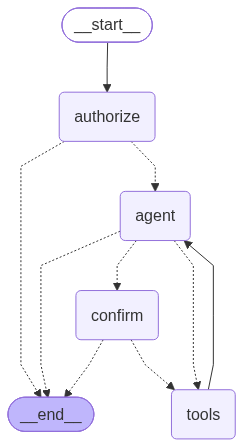
Earlier version of the Mermaid export src/src/agent_graph.png (itvvisionary/Hackathon-AWS). Its source is kept beside it as src/src/agent_graph.mmd.
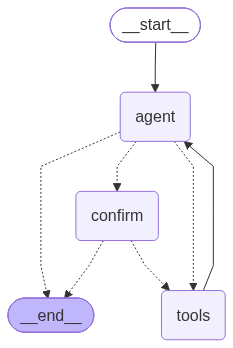
Later version of the same file.

Commit message:
feat(agent): add authorization gate with verify_user tool

Diff of the diagram source:
```diff
@@ -5,17 +5,14 @@
 ---
 graph TD;
 	__start__([<p>__start__</p>]):::first
-	authorize(authorize)
 	agent(agent)
 	confirm(confirm)
 	tools(tools)
 	__end__([<p>__end__</p>]):::last
-	__start__ --> authorize;
+	__start__ --> agent;
 	agent -.-> __end__;
 	agent -.-> confirm;
 	agent -.-> tools;
-	authorize -.-> __end__;
-	authorize -.-> agent;
 	confirm -.-> __end__;
 	confirm -.-> tools;
 	tools --> agent;
```
